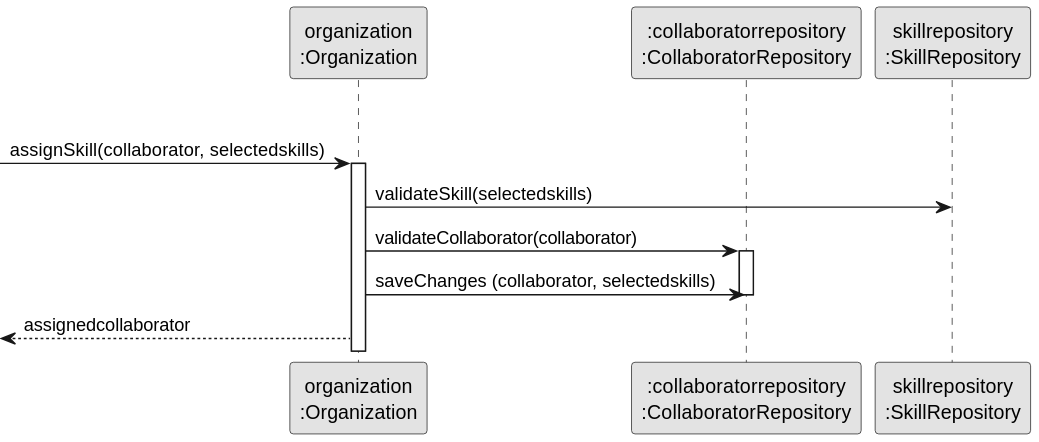
The PlantUML diagram docs/sprint2/us004/03.design/svg/us004-sequence-diagram-partial-assign-skill.svg in tiagosoa/lei-24-s2-1dgh-g073, before a commit.
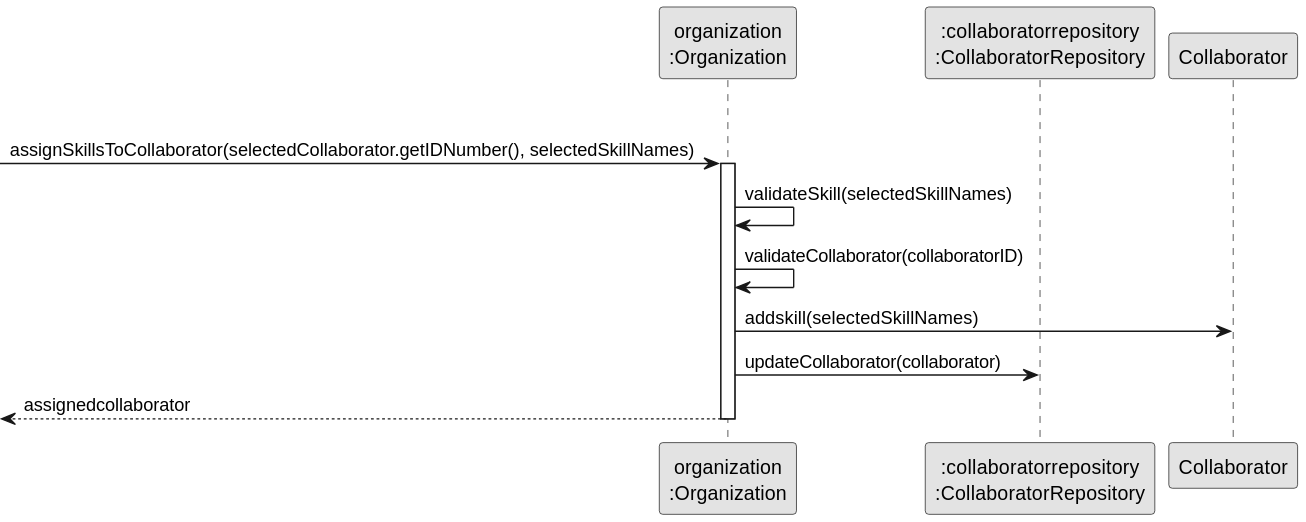
Later version of the same file.

Diff of the diagram source:
```diff
@@ -5,20 +5,24 @@
 
 participant "organization\n:Organization" as ORG
 participant ":collaboratorrepository\n:CollaboratorRepository" as CR
-participant "skillrepository\n:SkillRepository" as SR
+participant "Collaborator" as COLABORADOR
 
     group Assign Skill
-            -> ORG: assignSkill(collaborator, selectedskills)
+            -> ORG: assignSkillsToCollaborator(selectedCollaborator.getIDNumber(), selectedSkillNames)
             activate ORG
 
 
 
-                    ORG -> SR: validateSkill(selectedskills)
-                    ORG -> CR: validateCollaborator(collaborator)
-                    activate CR
-                ORG -> CR: saveChanges (collaborator, selectedskills)
-deactivate CR
+                    ORG -> ORG: validateSkill(selectedSkillNames)
+                    ORG -> ORG: validateCollaborator(collaboratorID)
+                ORG -> COLABORADOR: addskill(selectedSkillNames)
+                ORG -> CR: updateCollaborator(collaborator)
 
 
-                <-- ORG : assignedcollaborator
+               <-- ORG : assignedcollaborator
+
+            deactivate ORG
+
+
+                        deactivate ORG
 @enduml
```
